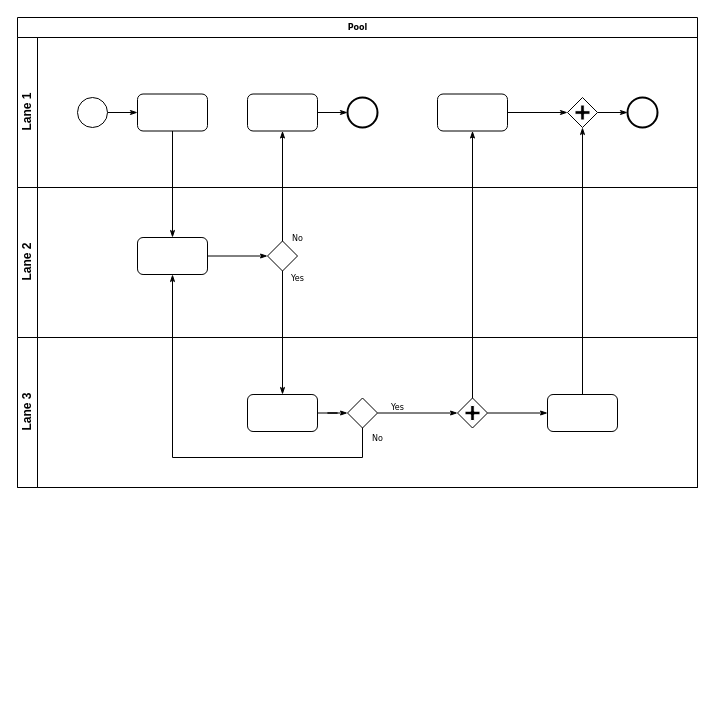
Above: Untitled Diagram.drawio in nu007a/test (draw.io), before the change. Source tidied: cells renumbered, new cells numbered last; positions are measured from the earlier drawing's top-left corner, leaving out a move shared by most shapes. Both pictures are drawn from the tidied source at 100%, with x=0, y=0 at pixel (17, 17).
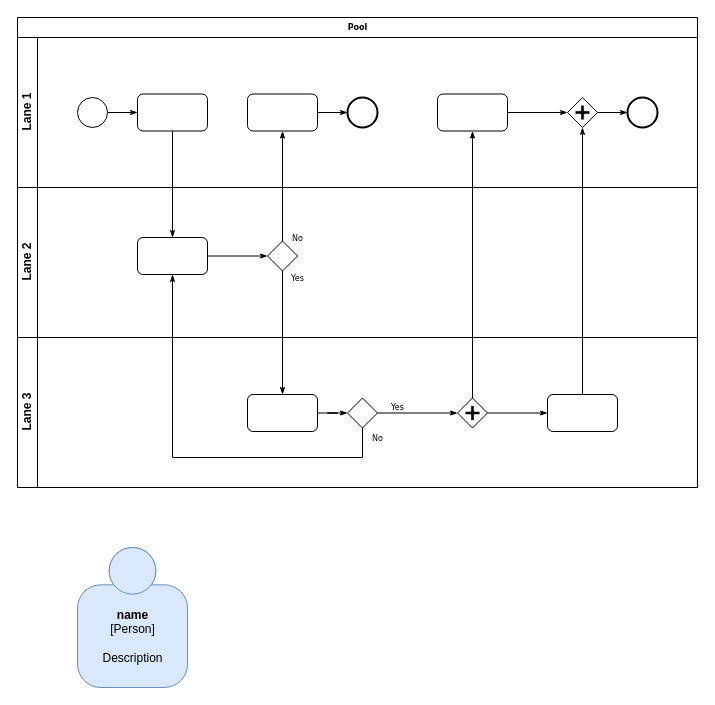
The same page after the edit.

The edit, as a diff of the source:
```diff
@@
+    <mxCell id="33" value="&lt;b&gt;name&lt;/b&gt;&lt;div&gt;[Person]&lt;/div&gt;&lt;br&gt;&lt;div&gt;Description&lt;/div&gt;" style="html=1;dashed=0;whitespace=wrap;fillColor=#DAE8FC;strokeColor=#6C8EBF;shape=mxgraph.c4.person;align=center;" parent="1" vertex="1">
+      <mxGeometry x="60" y="530" width="110" height="140" as="geometry" />
+    </mxCell>
```
